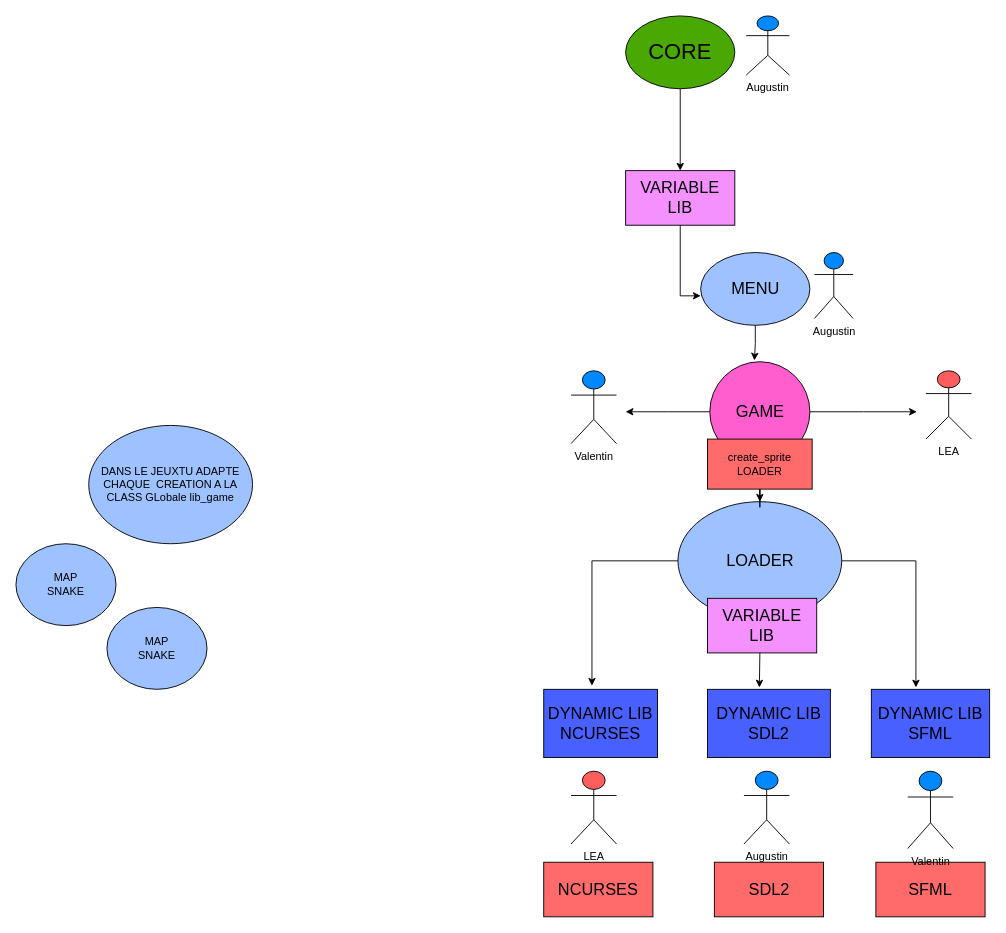
Before: Diagramme sans nom.drawio in AugustinBst/arcade, a draw.io diagram. Source tidied: cells renumbered, new cells numbered last; positions are measured from the earlier drawing's top-left corner, leaving out a move shared by most shapes. Both pictures are drawn from the tidied source at 91%, with x=0, y=0 at pixel (15, 15).
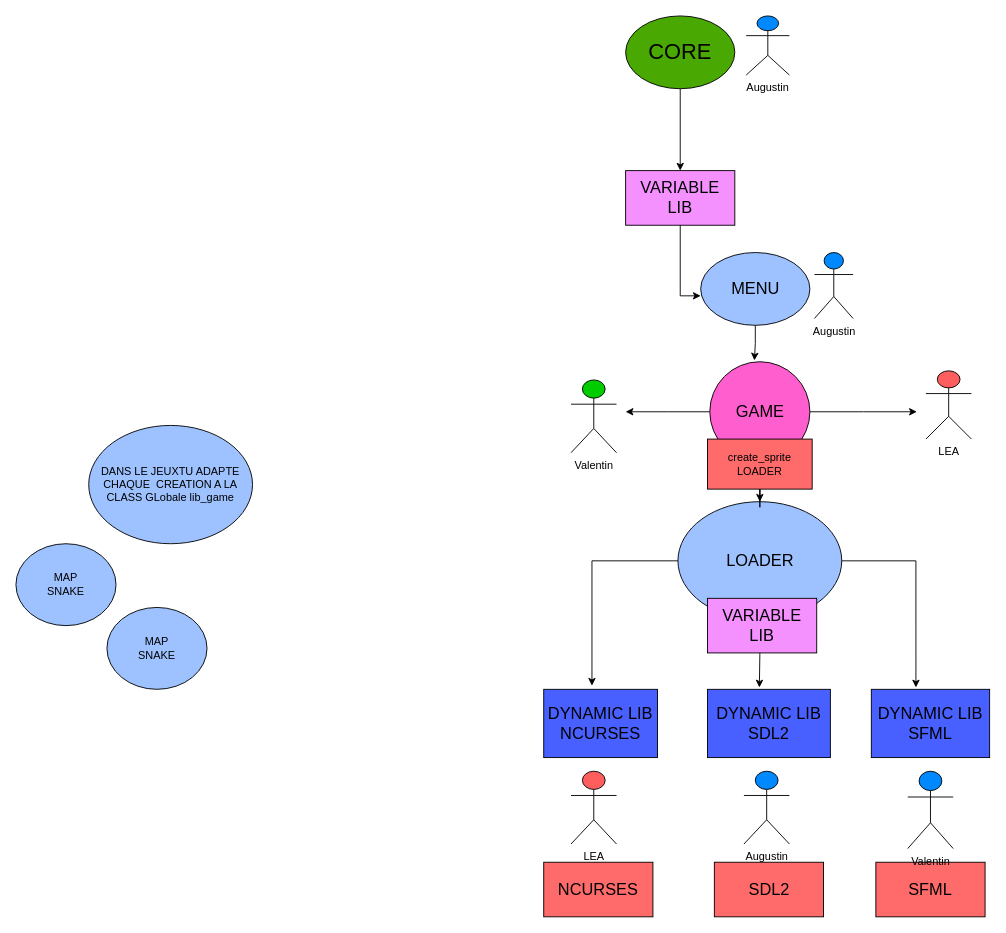
After the change.

What changed in the source:
```diff
@@
-    <mxCell id="24" value="Valentin" style="shape=umlActor;verticalLabelPosition=bottom;verticalAlign=top;html=1;fillColor=#0088FF;" parent="1" vertex="1">
-      <mxGeometry x="610" y="390" width="50" height="80" as="geometry" />
+    <mxCell id="24" value="Valentin" style="shape=umlActor;verticalLabelPosition=bottom;verticalAlign=top;html=1;fillColor=#00CC00;" parent="1" vertex="1">
+      <mxGeometry x="610" y="400" width="50" height="80" as="geometry" />
     </mxCell>
```
